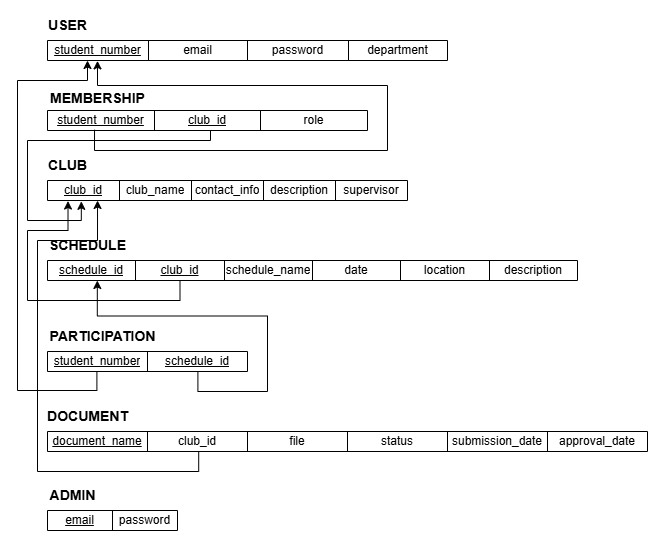
Above: docs/Relation_Schema.png in jho7535/DatabaseSystem_Project (draw.io), before the change. Source tidied: cells renumbered, new cells last; positions are measured from the earlier drawing's top-left corner, leaving out a move shared by most shapes.
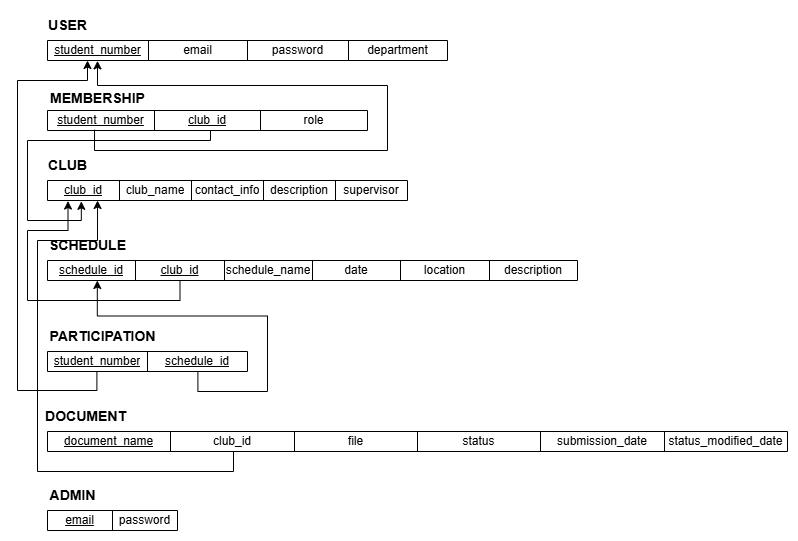
The same file after the commit.

Commit message:
docs : Modify diagram, relation schema. Add normalized relation schema.

What changed in the source:
```diff
@@ -102,34 +102,34 @@
       <mxGeometry x="-10" width="130" height="30" as="geometry" />
     </mxCell>
     <mxCell id="35" style="group;" parent="1" vertex="1">
-      <mxGeometry x="30" y="391" width="600" height="50" as="geometry" />
+      <mxGeometry x="30" y="391" width="740" height="50" as="geometry" />
     </mxCell>
     <mxCell id="36" style="shape=table;startSize=0;" parent="35" vertex="1">
-      <mxGeometry y="30" width="600" height="20" as="geometry" />
+      <mxGeometry y="30" width="740" height="20" as="geometry" />
     </mxCell>
     <mxCell id="37" style="shape=tableRow;horizontal=0;startSize=0;swimlaneHead=0;swimlaneBody=0;strokeColor=inherit;top=0;left=0;bottom=0;right=0;fillColor=none;points=[[0,0.5],[1,0.5]];portConstraint=eastwest;" parent="36" vertex="1">
-      <mxGeometry width="600" height="20" as="geometry" />
+      <mxGeometry width="740" height="20" as="geometry" />
     </mxCell>
     <mxCell id="38" value="&lt;u&gt;document_name&lt;/u&gt;" style="shape=partialRectangle;html=1;whiteSpace=wrap;strokeColor=inherit;overflow=hidden;fillColor=none;top=0;left=0;bottom=0;right=0;" parent="37" vertex="1">
-      <mxGeometry width="100" height="20" as="geometry" />
+      <mxGeometry width="123" height="20" as="geometry" />
     </mxCell>
     <mxCell id="39" value="club_id" style="shape=partialRectangle;html=1;whiteSpace=wrap;strokeColor=inherit;overflow=hidden;fillColor=none;top=0;left=0;bottom=0;right=0;" parent="37" vertex="1">
-      <mxGeometry x="100" width="100" height="20" as="geometry" />
+      <mxGeometry x="123" width="124" height="20" as="geometry" />
     </mxCell>
     <mxCell id="40" value="file" style="shape=partialRectangle;html=1;whiteSpace=wrap;strokeColor=inherit;overflow=hidden;fillColor=none;top=0;left=0;bottom=0;right=0;" parent="37" vertex="1">
-      <mxGeometry x="200" width="100" height="20" as="geometry" />
+      <mxGeometry x="247" width="123" height="20" as="geometry" />
     </mxCell>
     <mxCell id="41" value="status" style="shape=partialRectangle;html=1;whiteSpace=wrap;strokeColor=inherit;overflow=hidden;fillColor=none;top=0;left=0;bottom=0;right=0;" parent="37" vertex="1">
-      <mxGeometry x="300" width="100" height="20" as="geometry" />
+      <mxGeometry x="370" width="123" height="20" as="geometry" />
     </mxCell>
     <mxCell id="42" value="submission_date" style="shape=partialRectangle;html=1;whiteSpace=wrap;strokeColor=inherit;overflow=hidden;fillColor=none;top=0;left=0;bottom=0;right=0;" parent="37" vertex="1">
-      <mxGeometry x="400" width="100" height="20" as="geometry" />
+      <mxGeometry x="493" width="124" height="20" as="geometry" />
     </mxCell>
-    <mxCell id="43" value="approval_date" style="shape=partialRectangle;html=1;whiteSpace=wrap;strokeColor=inherit;overflow=hidden;fillColor=none;top=0;left=0;bottom=0;right=0;" parent="37" vertex="1">
-      <mxGeometry x="500" width="100" height="20" as="geometry" />
+    <mxCell id="43" value="status_modified_date" style="shape=partialRectangle;html=1;whiteSpace=wrap;strokeColor=inherit;overflow=hidden;fillColor=none;top=0;left=0;bottom=0;right=0;" parent="37" vertex="1">
+      <mxGeometry x="617" width="123" height="20" as="geometry" />
     </mxCell>
     <mxCell id="44" value="&lt;span style=&quot;font-size: 14px; text-wrap-mode: wrap;&quot;&gt;&lt;b&gt;DOCUMENT&lt;/b&gt;&lt;/span&gt;" style="text;html=1;align=center;verticalAlign=middle;strokeColor=none;fillColor=none;" parent="35" vertex="1">
-      <mxGeometry x="-10" width="100" height="30" as="geometry" />
+      <mxGeometry x="-12.3" width="100" height="30" as="geometry" />
     </mxCell>
     <mxCell id="45" style="group;" parent="1" vertex="1">
       <mxGeometry x="30" y="470" width="200" height="50" as="geometry" />
@@ -199,10 +199,10 @@
     <mxCell id="62" style="edgeStyle=orthogonalEdgeStyle;rounded=0;jettySize=auto;html=1;exitX=0.752;exitY=1.036;exitDx=0;exitDy=0;entryX=0.094;entryY=1;entryDx=0;entryDy=0;entryPerimeter=0;exitPerimeter=0;" parent="1" edge="1" source="31" target="21">
       <mxGeometry relative="1" as="geometry" />
     </mxCell>
-    <mxCell id="63" style="edgeStyle=orthogonalEdgeStyle;rounded=0;jettySize=auto;html=1;exitX=0.252;exitY=1.02;exitDx=0;exitDy=0;entryX=0.139;entryY=1;entryDx=0;entryDy=0;entryPerimeter=0;exitPerimeter=0;" parent="1" edge="1" source="37" target="12">
+    <mxCell id="63" style="edgeStyle=orthogonalEdgeStyle;rounded=0;jettySize=auto;html=1;entryX=0.139;entryY=1;entryDx=0;entryDy=0;entryPerimeter=0;" parent="1" edge="1" source="37" target="12">
       <mxGeometry relative="1" as="geometry">
         <Array as="points">
-          <mxPoint x="181" y="461" />
+          <mxPoint x="216" y="461" />
           <mxPoint x="20" y="461" />
           <mxPoint x="20" y="230" />
           <mxPoint x="80" y="230" />
```
